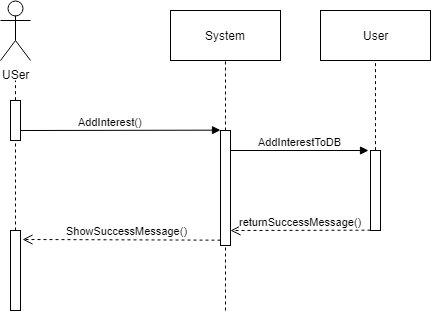
This is Behavioral/Sequence Diagram/Add interest.png from group-c/sw-project, a draw.io export, as it was before one commit. Source tidied: cells renumbered, new cells last; positions are measured from the earlier drawing's top-left corner, leaving out a move shared by most shapes.
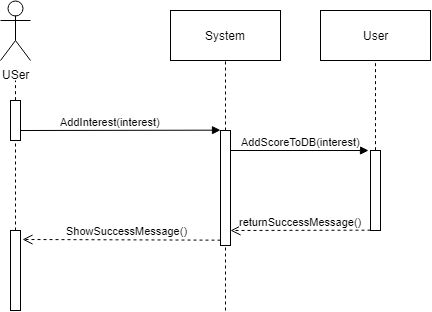
Above is the later version.

Commit message:
Added Add interest. Reyhaneh

Change to the diagram source:
```diff
@@ -19,7 +19,7 @@
     <mxCell id="6" style="html=1;points=[];perimeter=orthogonalPerimeter;" parent="1" vertex="1">
       <mxGeometry x="220" y="130" width="10" height="115" as="geometry" />
     </mxCell>
-    <mxCell id="7" value="AddInterest()" style="html=1;verticalAlign=bottom;endArrow=block;entryX=0;entryY=0;exitX=0.922;exitY=0.994;exitDx=0;exitDy=0;exitPerimeter=0;" parent="1" edge="1" target="6">
+    <mxCell id="7" value="AddInterest(interest)" style="html=1;verticalAlign=bottom;endArrow=block;entryX=0;entryY=0;exitX=0.922;exitY=0.994;exitDx=0;exitDy=0;exitPerimeter=0;" parent="1" edge="1" target="6">
       <mxGeometry x="-0.1" relative="1" as="geometry">
         <mxPoint x="20" y="130" as="sourcePoint" />
       </mxGeometry>
@@ -47,8 +47,8 @@
         <mxPoint x="225" y="310" as="sourcePoint" />
       </mxGeometry>
     </mxCell>
-    <mxCell id="13" value="AddInterestToDB" style="html=1;verticalAlign=bottom;endArrow=block;" parent="1" edge="1">
-      <mxGeometry relative="1" as="geometry">
+    <mxCell id="13" value="AddScoreToDB(interest)" style="html=1;verticalAlign=bottom;endArrow=block;" parent="1" edge="1">
+      <mxGeometry x="0.01" relative="1" as="geometry">
         <mxPoint x="230" y="150" as="sourcePoint" />
         <mxPoint x="368" y="150" as="targetPoint" />
       </mxGeometry>
```
